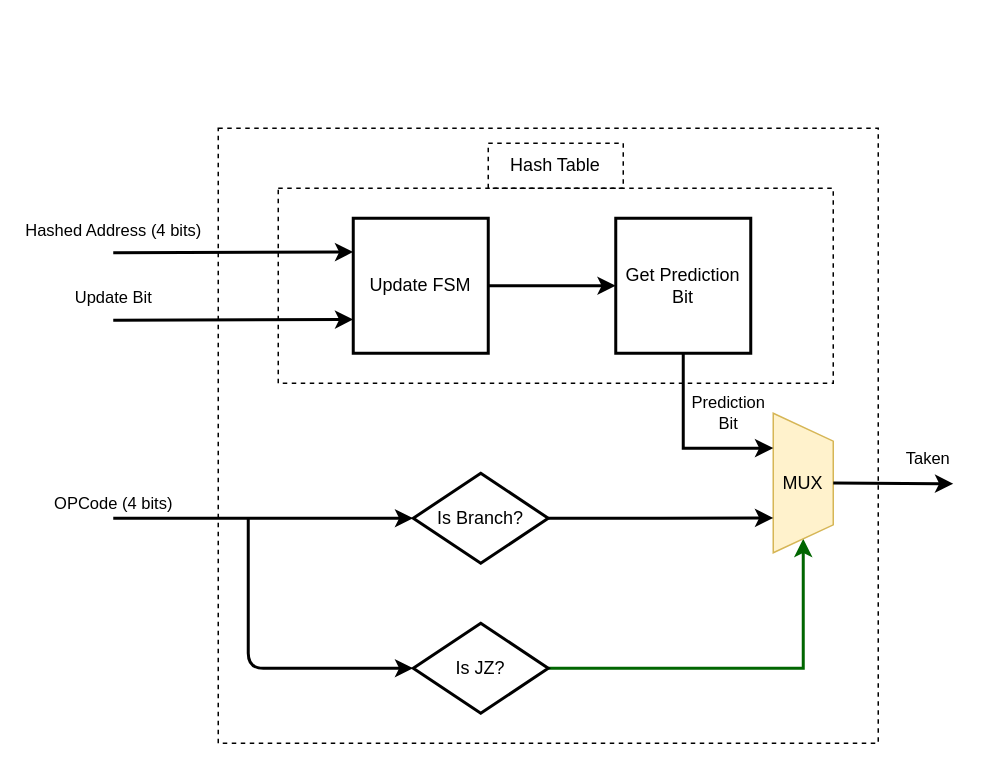
This is docs/design/images/bpu.drawio from mido3ds/pipeline-risc-cpu, a draw.io file, before an edit. Source tidied: cells renumbered, new cells numbered last; positions are measured from the earlier drawing's top-left corner, leaving out a move shared by most shapes. Both pictures are drawn from the tidied source at 150%, with x=0, y=0 at pixel (112, 128).
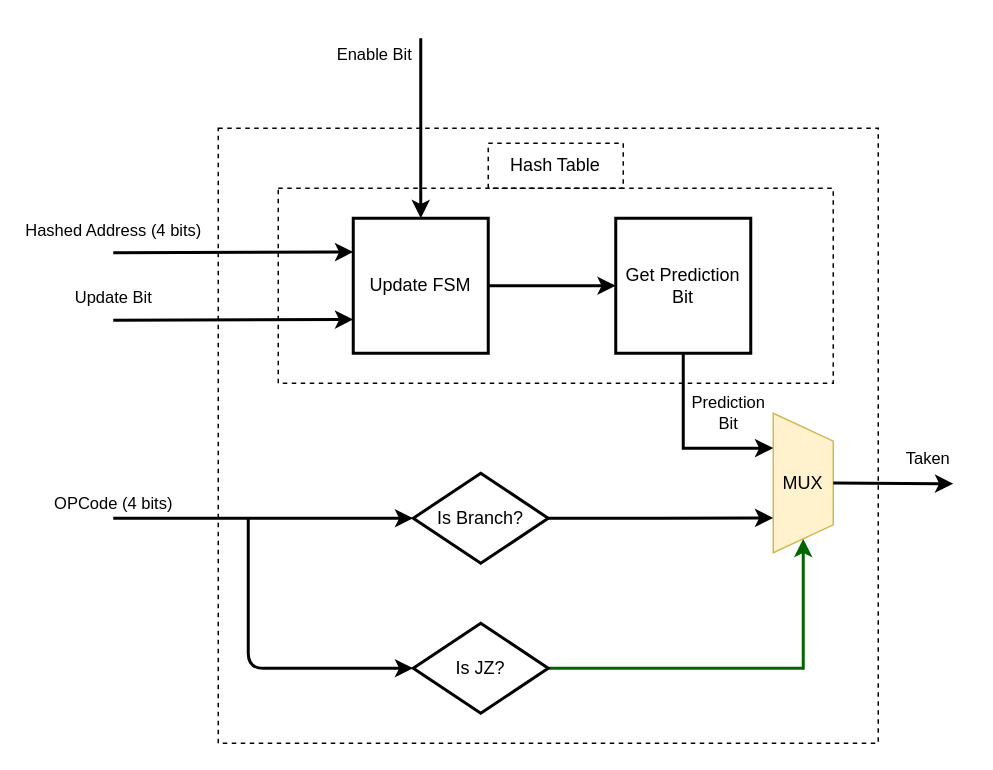
After the change.

Unchanged cells that the change refers to:
```xml
<mxCell id="7" value="&lt;span style=&quot;white-space: normal&quot;&gt;Update FSM&lt;/span&gt;" style="whiteSpace=wrap;html=1;strokeWidth=2;" parent="1" vertex="1">
  <mxGeometry x="160" y="60" width="90" height="90" as="geometry" />
</mxCell>
```

What changed in the source:
```diff
@@
+    <mxCell id="19" style="edgeStyle=orthogonalEdgeStyle;rounded=0;jettySize=auto;html=1;exitX=0.5;exitY=0;exitDx=0;exitDy=0;endArrow=none;endFill=0;startArrow=classic;startFill=1;strokeWidth=2;" parent="1" edge="1" source="7">
+      <mxGeometry relative="1" as="geometry">
+        <mxPoint x="205" y="-60" as="targetPoint" />
+      </mxGeometry>
+    </mxCell>
+    <mxCell id="20" value="Enable Bit" style="edgeLabel;html=1;align=center;verticalAlign=middle;" parent="19" vertex="1">
+      <mxGeometry x="0.7" y="1" relative="1" as="geometry">
+        <mxPoint x="-31" y="-8" as="offset" />
+      </mxGeometry>
+    </mxCell>
```
